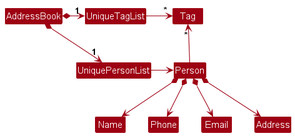
nus-cs2103-AY2425S1/tp keeps this PlantUML diagram as docs/images/BetterModelClassDiagram.png. Above is the earlier version.
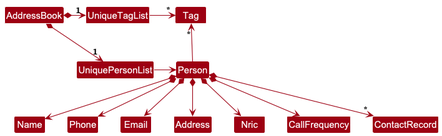
After the change.

Commit message:
Replace diagram

What changed in the source:
```diff
@@ -18,4 +18,7 @@
 Person *--> Phone
 Person *--> Email
 Person *--> Address
+Person *--> Nric
+Person *--> CallFrequency
+Person *--> "*" ContactRecord
 @enduml
```
